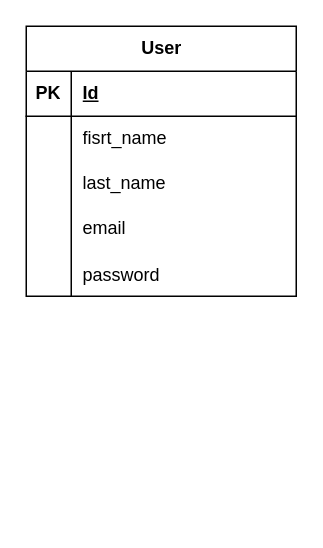
Above: EDR.drawio in AriasDaniel7/monorepo-nx (draw.io), before the change. Source tidied: cells renumbered, new cells numbered last; positions are measured from the earlier drawing's top-left corner, leaving out a move shared by most shapes. Both pictures are drawn from the tidied source at 150%, with x=0, y=0 at pixel (26, 26).
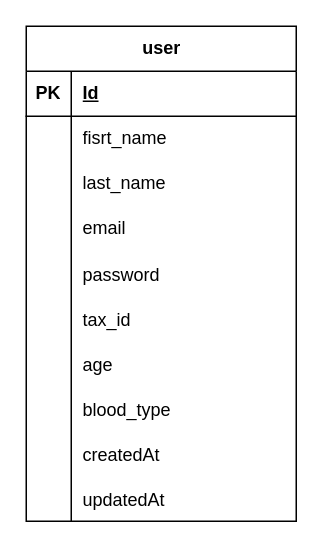
Above is the later version.

Change to the diagram source:
```diff
@@
-    <mxCell id="2" value="User" style="shape=table;startSize=30;childLayout=tableLayout;rowLines=0;fontStyle=1;align=center;html=1;" parent="1" vertex="1">
-      <mxGeometry width="180" height="180" as="geometry" />
+    <mxCell id="2" value="user" style="shape=table;startSize=30;childLayout=tableLayout;rowLines=0;fontStyle=1;align=center;html=1;" parent="1" vertex="1">
+      <mxGeometry width="180" height="330" as="geometry" />
     </mxCell>
@@
+    <mxCell id="18" style="shape=tableRow;horizontal=0;startSize=0;swimlaneHead=0;swimlaneBody=0;fillColor=none;top=0;left=0;right=0;bottom=0;" parent="2" vertex="1">
+      <mxGeometry y="180" width="180" height="30" as="geometry" />
+    </mxCell>
+    <mxCell id="19" style="shape=partialRectangle;fillColor=none;top=0;left=0;bottom=0;right=0;overflow=hidden;" parent="18" vertex="1">
+      <mxGeometry width="30" height="30" as="geometry" />
+    </mxCell>
+    <mxCell id="20" value="tax_id" style="shape=partialRectangle;fillColor=none;top=0;left=0;bottom=0;right=0;align=left;spacingLeft=6;overflow=hidden;" parent="18" vertex="1">
+      <mxGeometry x="30" width="150" height="30" as="geometry" />
+    </mxCell>
+    <mxCell id="21" style="shape=tableRow;horizontal=0;startSize=0;swimlaneHead=0;swimlaneBody=0;fillColor=none;top=0;left=0;right=0;bottom=0;" parent="2" vertex="1">
+      <mxGeometry y="210" width="180" height="30" as="geometry" />
+    </mxCell>
+    <mxCell id="22" style="shape=partialRectangle;fillColor=none;top=0;left=0;bottom=0;right=0;overflow=hidden;" parent="21" vertex="1">
+      <mxGeometry width="30" height="30" as="geometry" />
+    </mxCell>
+    <mxCell id="23" value="age" style="shape=partialRectangle;fillColor=none;top=0;left=0;bottom=0;right=0;align=left;spacingLeft=6;overflow=hidden;" parent="21" vertex="1">
+      <mxGeometry x="30" width="150" height="30" as="geometry" />
+    </mxCell>
+    <mxCell id="24" style="shape=tableRow;horizontal=0;startSize=0;swimlaneHead=0;swimlaneBody=0;fillColor=none;top=0;left=0;right=0;bottom=0;" parent="2" vertex="1">
+      <mxGeometry y="240" width="180" height="30" as="geometry" />
+    </mxCell>
+    <mxCell id="25" style="shape=partialRectangle;fillColor=none;top=0;left=0;bottom=0;right=0;overflow=hidden;" parent="24" vertex="1">
+      <mxGeometry width="30" height="30" as="geometry" />
+    </mxCell>
+    <mxCell id="26" value="blood_type" style="shape=partialRectangle;fillColor=none;top=0;left=0;bottom=0;right=0;align=left;spacingLeft=6;overflow=hidden;" parent="24" vertex="1">
+      <mxGeometry x="30" width="150" height="30" as="geometry" />
+    </mxCell>
+    <mxCell id="27" style="shape=tableRow;horizontal=0;startSize=0;swimlaneHead=0;swimlaneBody=0;fillColor=none;top=0;left=0;right=0;bottom=0;" parent="2" vertex="1">
+      <mxGeometry y="270" width="180" height="30" as="geometry" />
+    </mxCell>
+    <mxCell id="28" style="shape=partialRectangle;fillColor=none;top=0;left=0;bottom=0;right=0;overflow=hidden;" parent="27" vertex="1">
+      <mxGeometry width="30" height="30" as="geometry" />
+    </mxCell>
+    <mxCell id="29" value="createdAt" style="shape=partialRectangle;fillColor=none;top=0;left=0;bottom=0;right=0;align=left;spacingLeft=6;overflow=hidden;" parent="27" vertex="1">
+      <mxGeometry x="30" width="150" height="30" as="geometry" />
+    </mxCell>
+    <mxCell id="30" style="shape=tableRow;horizontal=0;startSize=0;swimlaneHead=0;swimlaneBody=0;fillColor=none;top=0;left=0;right=0;bottom=0;" parent="2" vertex="1">
+      <mxGeometry y="300" width="180" height="30" as="geometry" />
+    </mxCell>
+    <mxCell id="31" style="shape=partialRectangle;fillColor=none;top=0;left=0;bottom=0;right=0;overflow=hidden;" parent="30" vertex="1">
+      <mxGeometry width="30" height="30" as="geometry" />
+    </mxCell>
+    <mxCell id="32" value="updatedAt" style="shape=partialRectangle;fillColor=none;top=0;left=0;bottom=0;right=0;align=left;spacingLeft=6;overflow=hidden;" parent="30" vertex="1">
+      <mxGeometry x="30" width="150" height="30" as="geometry" />
+    </mxCell>
```
